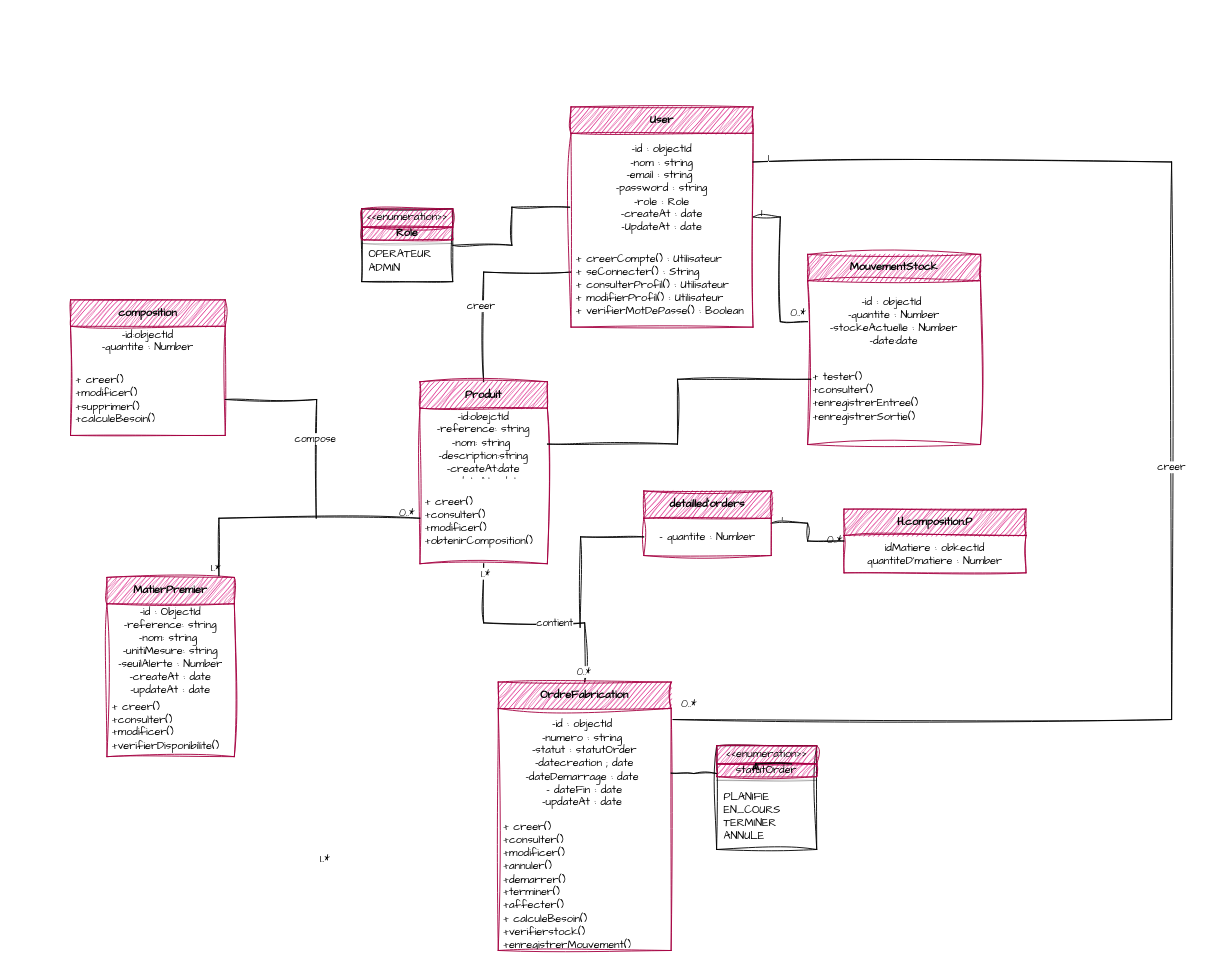
Earlier version of the draw.io diagram diagrammeClass.drawio (khaoula-khaldi/FactoryFlow). Source tidied: cells renumbered, new cells numbered last; positions are measured from the earlier drawing's top-left corner, leaving out a move shared by most shapes. Both pictures are drawn from the tidied source at 91%, with x=0, y=0 at pixel (70, 106).
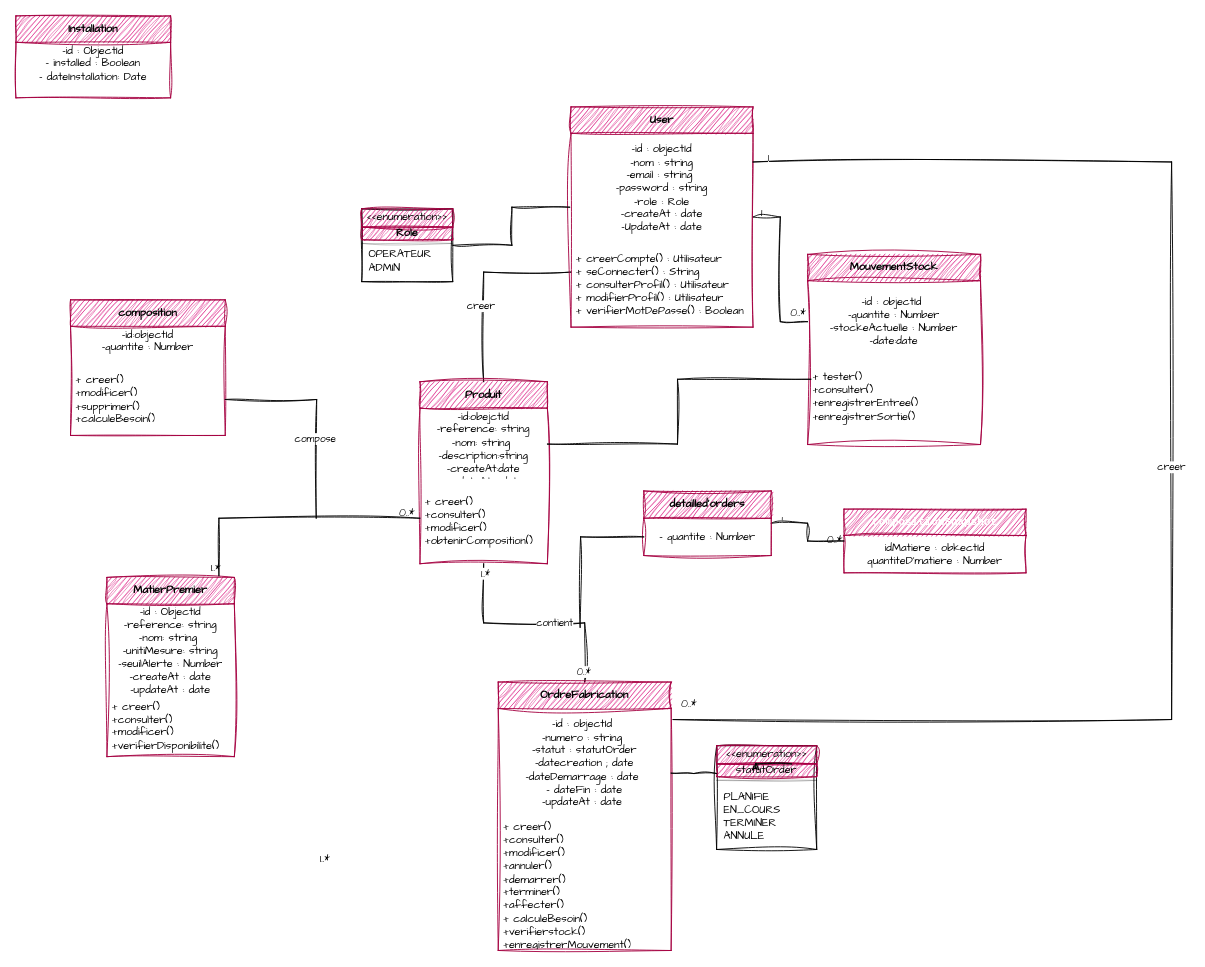
The same diagram, later.

Commit message (it also covers changes not shown here):
ajouter model de  installation

The edit, as a diff of the source:
```diff
@@
-    <mxCell id="48" value="&lt;span style=&quot;color: light-dark(rgb(0, 0, 0), rgb(253, 243, 255));&quot;&gt;H.composition.P&lt;/span&gt;" style="swimlane;fontStyle=1;align=center;verticalAlign=middle;horizontal=1;startSize=29;html=1;whiteSpace=wrap;sketch=1;hachureGap=4;jiggle=2;curveFitting=1;fontFamily=Architects Daughter;fillColor=#d80073;fontColor=#ffffff;strokeColor=#A50040;" parent="1" vertex="1">
+    <mxCell id="48" value="&lt;code&gt;CompositionSnapshot&lt;/code&gt;" style="swimlane;fontStyle=1;align=center;verticalAlign=middle;horizontal=1;startSize=29;html=1;whiteSpace=wrap;sketch=1;hachureGap=4;jiggle=2;curveFitting=1;fontFamily=Architects Daughter;fillColor=#d80073;fontColor=#ffffff;strokeColor=#A50040;" parent="1" vertex="1">
       <mxGeometry x="850" y="442" width="200" height="70" as="geometry" />
     </mxCell>
@@
+    <mxCell id="63" value="&lt;span style=&quot;color: rgb(0, 0, 0);&quot;&gt;Installation&lt;/span&gt;" style="swimlane;fontStyle=1;align=center;verticalAlign=middle;horizontal=1;startSize=29;html=1;whiteSpace=wrap;sketch=1;hachureGap=4;jiggle=2;curveFitting=1;fontFamily=Architects Daughter;fillColor=#d80073;fontColor=#ffffff;strokeColor=#A50040;" parent="1" vertex="1">
+      <mxGeometry x="-60" y="-100" width="170" height="90" as="geometry" />
+    </mxCell>
+    <mxCell id="64" value="&lt;div&gt;-id : ObjectId&lt;/div&gt;&lt;div&gt;&lt;span style=&quot;background-color: transparent; color: light-dark(rgb(0, 0, 0), rgb(255, 255, 255));&quot;&gt;-&lt;/span&gt;&lt;span style=&quot;background-color: transparent;&quot;&gt;&amp;nbsp;installed : Boolean&lt;/span&gt;&lt;/div&gt;&lt;div&gt;- dateInstallation: Date&lt;/div&gt;&lt;div&gt;&lt;br&gt;&lt;/div&gt;&lt;div&gt;&lt;br&gt;&lt;/div&gt;" style="text;html=1;strokeColor=none;fillColor=none;align=center;verticalAlign=middle;spacingLeft=4;spacingRight=4;overflow=hidden;whiteSpace=wrap;fontFamily=Architects Daughter;" parent="63" vertex="1">
+      <mxGeometry y="29" width="170" height="61" as="geometry" />
+    </mxCell>
```
